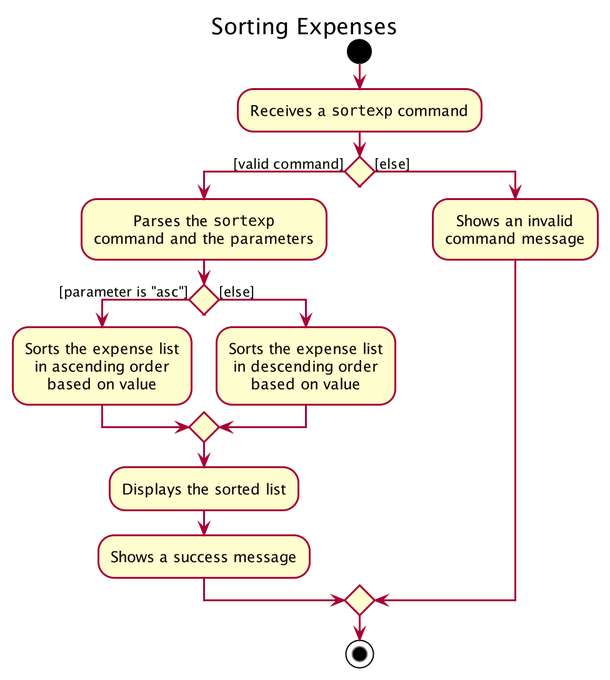
Earlier version of the PlantUML export docs/images/SortExpenseActivityDiagram.png (yanlynnnnn/tp). Its diagram source:
```plantuml
@startuml









skinparam BackgroundColor #FFFFFFF

skinparam Shadowing false

skinparam Class {
    FontColor #FFFFFF
    BorderThickness 1
    BorderColor #FFFFFF
    StereotypeFontColor #FFFFFF
    FontName Arial
    AttributeFontColor #FFFFFF
    AttributeIconSize 0
}

skinparam Actor {
    BorderColor #000000
    Color #000000
    FontName Arial
}

skinparam Sequence {
    MessageAlign center
    BoxFontSize 15
    BoxPadding 0
    BoxFontColor #FFFFFF
    FontName Arial
}

skinparam Participant {
    FontColor #FFFFFFF
    Padding 20
}

skinparam MinClassWidth 50
skinparam ParticipantPadding 10
skinparam Shadowing false
skinparam DefaultTextAlignment center
skinparam packageStyle Rectangle

hide footbox
hide circle
hide members
title Sorting Expenses

start

:Receives a ""sortexp"" command;

if () then ([valid command])
    :Parses the ""sortexp""
    command and the parameters;

    if () then ([parameter is "asc"])

    :Sorts the expense list
    in ascending order
    based on value;

    else ([else])

    :Sorts the expense list
    in descending order
    based on value;

    endif

    :Displays the sorted list;

    :Shows a success message;

else ([else])

    :Shows an invalid
    command message;

endif

stop

@enduml
```
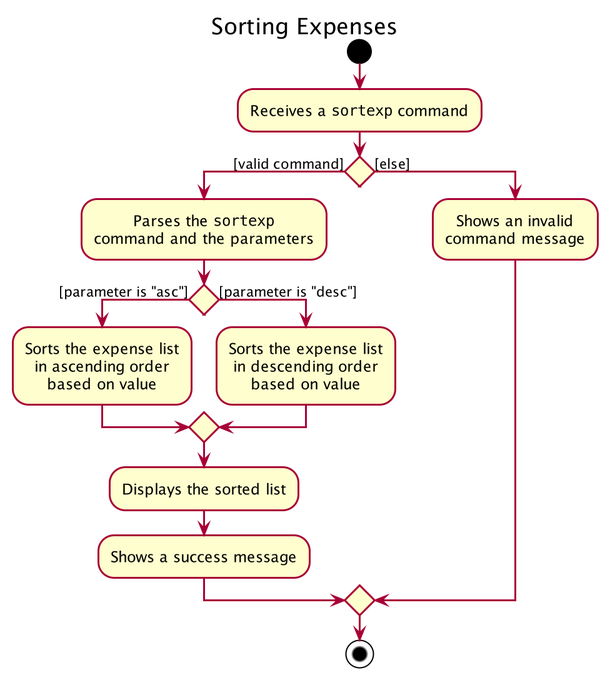
The same file after the commit.

What changed in the source:
```diff
@@ -66,7 +66,7 @@
     in ascending order
     based on value;
 
-    else ([else])
+    else ([parameter is "desc"])
 
     :Sorts the expense list
     in descending order
```
